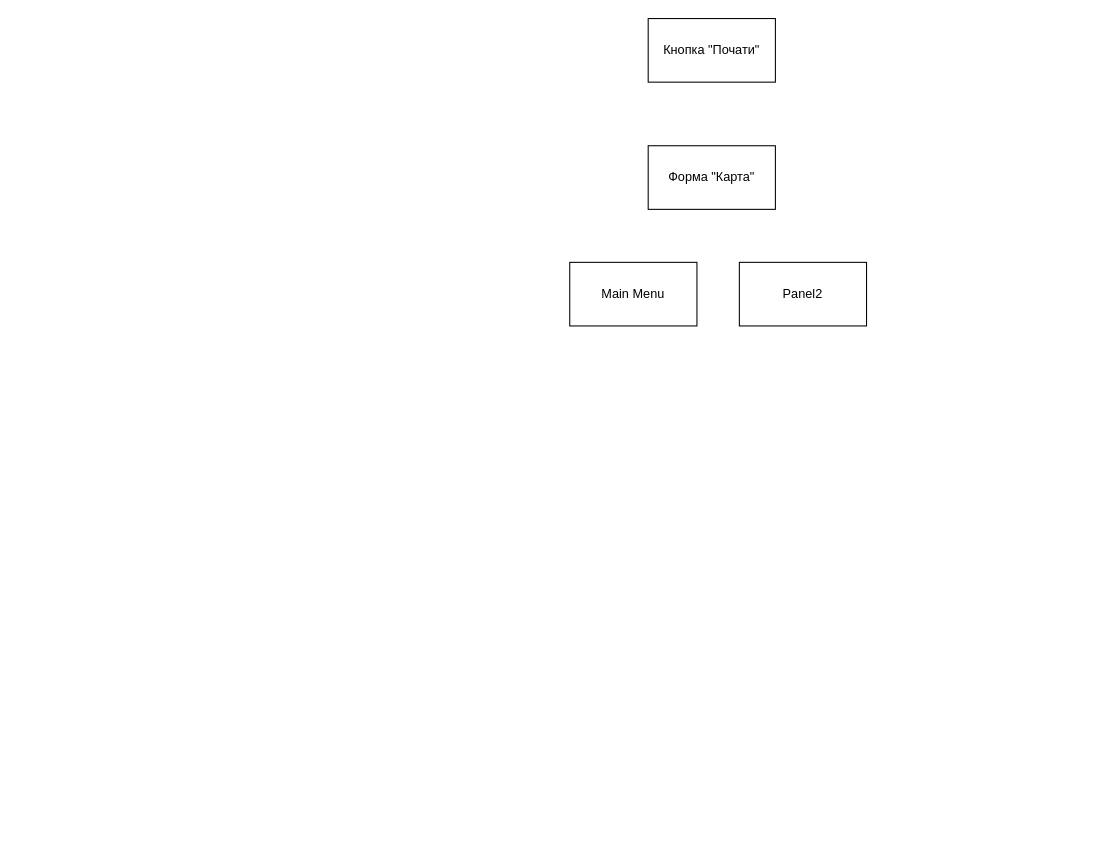
The draw.io diagram Untitled Diagram.drawio in IvanBonchukov/bot, before the edit. Source tidied: cells renumbered, new cells numbered last; positions are measured from the earlier drawing's top-left corner, leaving out a move shared by most shapes. Both pictures are drawn from the tidied source at 106%, with x=0, y=0 at pixel (569, 18).
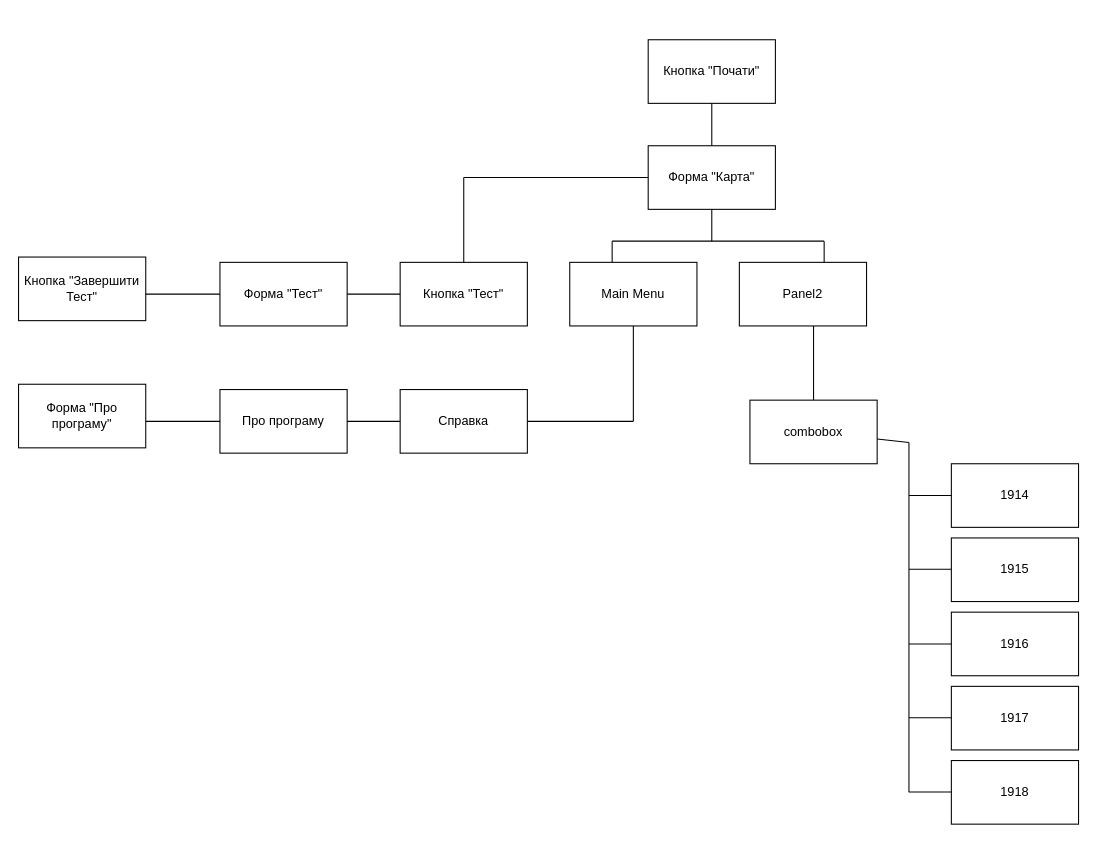
After the change.

The change refers to these unchanged cells:
```xml
<mxCell id="3" value="Форма &quot;Карта&quot;" style="rounded=0;whiteSpace=wrap;html=1;" parent="1" vertex="1">
  <mxGeometry x="74" y="120" width="120" height="60" as="geometry" />
</mxCell>
```

Diff of the diagram source:
```diff
@@
     <mxCell id="2" value="Кнопка &quot;Почати&quot;" style="rounded=0;whiteSpace=wrap;html=1;" parent="1" vertex="1">
-      <mxGeometry x="74" width="120" height="60" as="geometry" />
+      <mxGeometry x="74" y="20" width="120" height="60" as="geometry" />
     </mxCell>
@@
+    <mxCell id="6" style="endArrow=none;html=1;" parent="1" edge="1">
+      <mxGeometry relative="1" as="geometry">
+        <mxPoint x="60" y="380" as="sourcePoint" />
+        <mxPoint x="60" y="290" as="targetPoint" />
+      </mxGeometry>
+    </mxCell>
+    <mxCell id="7" style="endArrow=none;html=1;" parent="1" edge="1">
+      <mxGeometry relative="1" as="geometry">
+        <mxPoint x="-40" y="380" as="sourcePoint" />
+        <mxPoint x="60" y="380" as="targetPoint" />
+      </mxGeometry>
+    </mxCell>
+    <mxCell id="8" value="Справка" style="rounded=0;whiteSpace=wrap;html=1;" parent="1" vertex="1">
+      <mxGeometry x="-160" y="350" width="120" height="60" as="geometry" />
+    </mxCell>
+    <mxCell id="9" value="Про програму" style="rounded=0;whiteSpace=wrap;html=1;" parent="1" vertex="1">
+      <mxGeometry x="-330" y="350" width="120" height="60" as="geometry" />
+    </mxCell>
+    <mxCell id="10" style="endArrow=none;html=1;entryX=0;entryY=0.5;entryDx=0;entryDy=0;" parent="1" edge="1" target="8">
+      <mxGeometry relative="1" as="geometry">
+        <mxPoint x="-210" y="380" as="sourcePoint" />
+      </mxGeometry>
+    </mxCell>
+    <mxCell id="11" style="endArrow=none;html=1;" parent="1" edge="1">
+      <mxGeometry relative="1" as="geometry">
+        <mxPoint x="-400" y="380" as="sourcePoint" />
+        <mxPoint x="-330" y="380" as="targetPoint" />
+      </mxGeometry>
+    </mxCell>
+    <mxCell id="12" value="Форма &quot;Про програму&quot;" style="rounded=0;whiteSpace=wrap;html=1;" parent="1" vertex="1">
+      <mxGeometry x="-520" y="345" width="120" height="60" as="geometry" />
+    </mxCell>
+    <mxCell id="13" style="endArrow=none;html=1;" parent="1" edge="1">
+      <mxGeometry relative="1" as="geometry">
+        <mxPoint x="134" y="210" as="sourcePoint" />
+        <mxPoint x="134" y="180" as="targetPoint" />
+      </mxGeometry>
+    </mxCell>
+    <mxCell id="14" style="endArrow=none;html=1;" parent="1" edge="1">
+      <mxGeometry relative="1" as="geometry">
+        <mxPoint x="40" y="210" as="sourcePoint" />
+        <mxPoint x="240" y="210" as="targetPoint" />
+      </mxGeometry>
+    </mxCell>
+    <mxCell id="15" style="endArrow=none;html=1;" parent="1" edge="1">
+      <mxGeometry relative="1" as="geometry">
+        <mxPoint x="40" y="230" as="sourcePoint" />
+        <mxPoint x="40" y="210" as="targetPoint" />
+      </mxGeometry>
+    </mxCell>
+    <mxCell id="16" style="endArrow=none;html=1;" parent="1" edge="1">
+      <mxGeometry relative="1" as="geometry">
+        <mxPoint x="240" y="230" as="sourcePoint" />
+        <mxPoint x="240" y="210" as="targetPoint" />
+      </mxGeometry>
+    </mxCell>
+    <mxCell id="17" style="endArrow=none;html=1;" parent="1" edge="1">
+      <mxGeometry relative="1" as="geometry">
+        <mxPoint x="230" y="360" as="sourcePoint" />
+        <mxPoint x="230" y="290" as="targetPoint" />
+      </mxGeometry>
+    </mxCell>
+    <mxCell id="18" value="combobox" style="rounded=0;whiteSpace=wrap;html=1;" parent="1" vertex="1">
+      <mxGeometry x="170" y="360" width="120" height="60" as="geometry" />
+    </mxCell>
+    <mxCell id="19" style="endArrow=none;html=1;entryX=0.5;entryY=1;entryDx=0;entryDy=0;exitX=0.5;exitY=0;exitDx=0;exitDy=0;" parent="1" edge="1" source="3" target="2">
+      <mxGeometry relative="1" as="geometry" />
+    </mxCell>
+    <mxCell id="20" value="1914" style="rounded=0;whiteSpace=wrap;html=1;" parent="1" vertex="1">
+      <mxGeometry x="360" y="420" width="120" height="60" as="geometry" />
+    </mxCell>
+    <mxCell id="21" value="1915" style="rounded=0;whiteSpace=wrap;html=1;" parent="1" vertex="1">
+      <mxGeometry x="360" y="490" width="120" height="60" as="geometry" />
+    </mxCell>
+    <mxCell id="22" value="1916" style="rounded=0;whiteSpace=wrap;html=1;" parent="1" vertex="1">
+      <mxGeometry x="360" y="560" width="120" height="60" as="geometry" />
+    </mxCell>
+    <mxCell id="23" value="1917" style="rounded=0;whiteSpace=wrap;html=1;" parent="1" vertex="1">
+      <mxGeometry x="360" y="630" width="120" height="60" as="geometry" />
+    </mxCell>
+    <mxCell id="24" value="1918" style="rounded=0;whiteSpace=wrap;html=1;" parent="1" vertex="1">
+      <mxGeometry x="360" y="700" width="120" height="60" as="geometry" />
+    </mxCell>
+    <mxCell id="25" style="endArrow=none;html=1;entryX=0;entryY=0.5;entryDx=0;entryDy=0;" parent="1" edge="1" target="20">
+      <mxGeometry relative="1" as="geometry">
+        <mxPoint x="320" y="450" as="sourcePoint" />
+      </mxGeometry>
+    </mxCell>
+    <mxCell id="26" style="endArrow=none;html=1;entryX=0;entryY=0.5;entryDx=0;entryDy=0;" parent="1" edge="1">
+      <mxGeometry relative="1" as="geometry">
+        <mxPoint x="320" y="519.6" as="sourcePoint" />
+        <mxPoint x="360" y="519.6" as="targetPoint" />
+      </mxGeometry>
+    </mxCell>
+    <mxCell id="27" style="endArrow=none;html=1;entryX=0;entryY=0.5;entryDx=0;entryDy=0;" parent="1" edge="1">
+      <mxGeometry relative="1" as="geometry">
+        <mxPoint x="320" y="590" as="sourcePoint" />
+        <mxPoint x="360" y="590" as="targetPoint" />
+      </mxGeometry>
+    </mxCell>
+    <mxCell id="28" style="endArrow=none;html=1;entryX=0;entryY=0.5;entryDx=0;entryDy=0;" parent="1" edge="1">
+      <mxGeometry relative="1" as="geometry">
+        <mxPoint x="320" y="659.6" as="sourcePoint" />
+        <mxPoint x="360" y="659.6" as="targetPoint" />
+      </mxGeometry>
+    </mxCell>
+    <mxCell id="29" style="endArrow=none;html=1;entryX=0;entryY=0.5;entryDx=0;entryDy=0;" parent="1" edge="1">
+      <mxGeometry relative="1" as="geometry">
+        <mxPoint x="320" y="729.6" as="sourcePoint" />
+        <mxPoint x="360" y="729.6" as="targetPoint" />
+      </mxGeometry>
+    </mxCell>
+    <mxCell id="30" style="endArrow=none;html=1;" parent="1" edge="1">
+      <mxGeometry relative="1" as="geometry">
+        <mxPoint x="320" y="400" as="sourcePoint" />
+        <mxPoint x="320" y="730" as="targetPoint" />
+      </mxGeometry>
+    </mxCell>
+    <mxCell id="31" style="endArrow=none;html=1;" parent="1" edge="1" source="18">
+      <mxGeometry relative="1" as="geometry">
+        <mxPoint x="320" y="400" as="targetPoint" />
+      </mxGeometry>
+    </mxCell>
+    <mxCell id="32" value="Кнопка &quot;Тест&quot;" style="rounded=0;whiteSpace=wrap;html=1;" parent="1" vertex="1">
+      <mxGeometry x="-160" y="230" width="120" height="60" as="geometry" />
+    </mxCell>
+    <mxCell id="33" style="endArrow=none;html=1;" parent="1" edge="1">
+      <mxGeometry relative="1" as="geometry">
+        <mxPoint x="-100" y="150" as="sourcePoint" />
+        <mxPoint x="74" y="150" as="targetPoint" />
+      </mxGeometry>
+    </mxCell>
+    <mxCell id="34" style="endArrow=none;html=1;exitX=0.5;exitY=0;exitDx=0;exitDy=0;" parent="1" edge="1" source="32">
+      <mxGeometry relative="1" as="geometry">
+        <mxPoint x="-100" y="150" as="targetPoint" />
+      </mxGeometry>
+    </mxCell>
+    <mxCell id="35" value="Форма &quot;Тест&quot;" style="rounded=0;whiteSpace=wrap;html=1;" parent="1" vertex="1">
+      <mxGeometry x="-330" y="230" width="120" height="60" as="geometry" />
+    </mxCell>
+    <mxCell id="36" style="endArrow=none;html=1;entryX=0;entryY=0.5;entryDx=0;entryDy=0;" parent="1" edge="1">
+      <mxGeometry relative="1" as="geometry">
+        <mxPoint x="-210" y="260" as="sourcePoint" />
+        <mxPoint x="-160" y="260" as="targetPoint" />
+      </mxGeometry>
+    </mxCell>
+    <mxCell id="37" style="endArrow=none;html=1;" parent="1" edge="1">
+      <mxGeometry relative="1" as="geometry">
+        <mxPoint x="-400" y="260" as="sourcePoint" />
+        <mxPoint x="-330" y="260" as="targetPoint" />
+      </mxGeometry>
+    </mxCell>
+    <mxCell id="38" value="Кнопка &quot;Завершити Тест&quot;" style="rounded=0;whiteSpace=wrap;html=1;" parent="1" vertex="1">
+      <mxGeometry x="-520" y="225" width="120" height="60" as="geometry" />
+    </mxCell>
```
